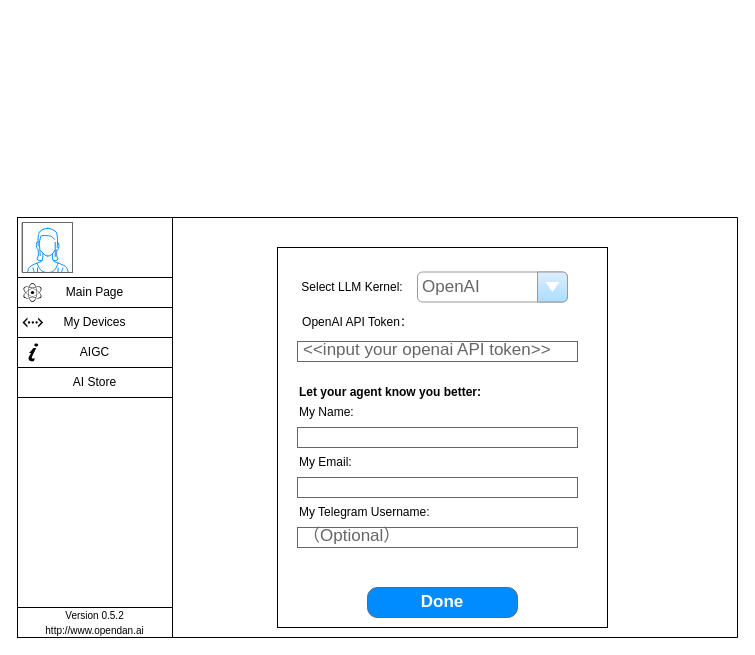
fiatrete/OpenDAN-Personal-AI-OS keeps this draw.io diagram as page "Init" (1 of 8) of doc/webui.drawio. Above is the earlier version. Source tidied: cells renumbered, new cells numbered last; positions are measured from the earlier drawing's top-left corner, leaving out a move shared by most shapes. Both pictures are drawn from the tidied source at 100%, with x=0, y=0 at pixel (17, 217).
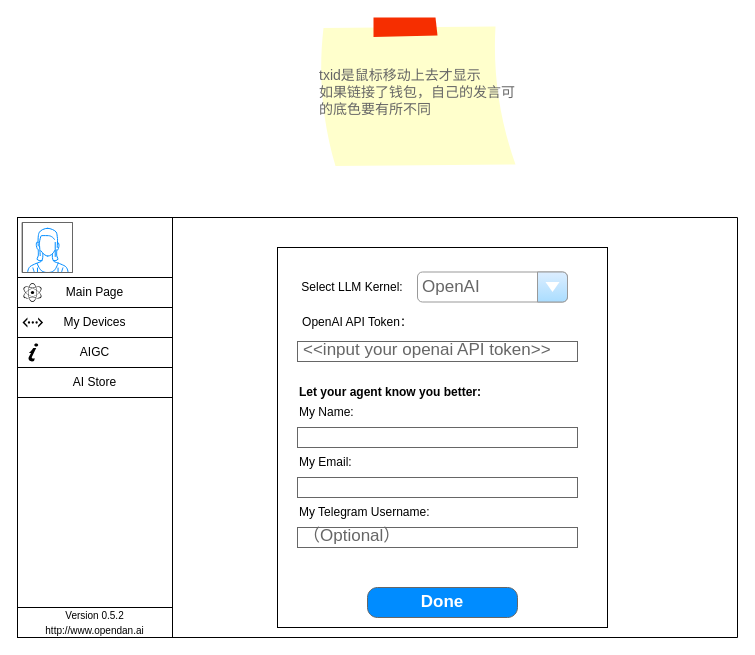
Above is the later version.

What changed in the source:
```diff
@@
+    <mxCell id="27" value="txid是鼠标移动上去才显示&lt;br&gt;如果链接了钱包，自己的发言可的底色要有所不同" style="strokeWidth=1;shadow=0;dashed=0;align=left;html=1;shape=mxgraph.mockup.text.stickyNote2;fontColor=#666666;mainText=;fontSize=14;whiteSpace=wrap;fillColor=#ffffcc;strokeColor=#F62E00;" parent="1" vertex="1">
+      <mxGeometry x="300" y="-200" width="200" height="150" as="geometry" />
+    </mxCell>
```
